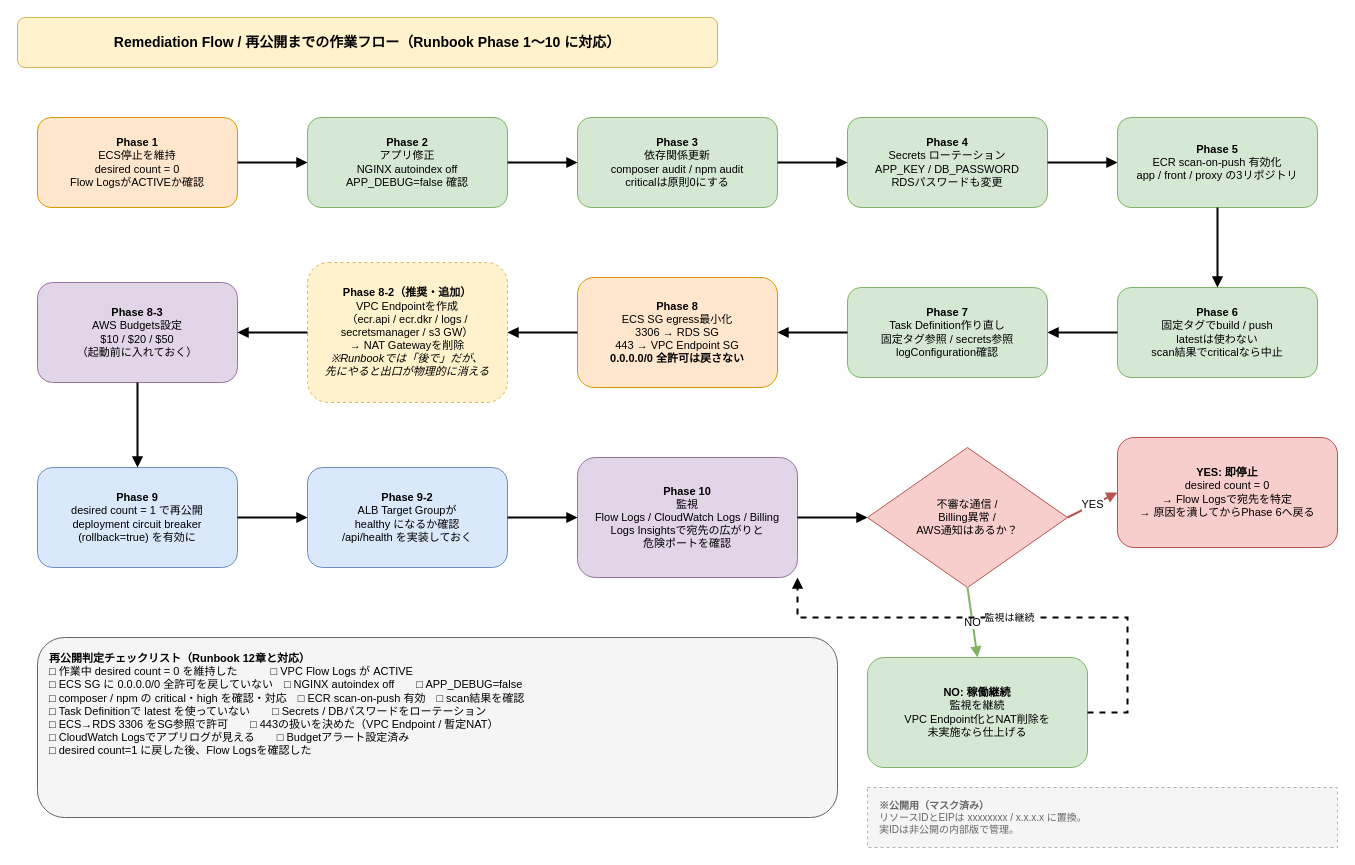
Before: page "4 再公開作業フロー" (4 of 4) of doc/meetup-link-aws-diagrams.drawio in kai-phoenix/meetup_link, a draw.io diagram. Source tidied: cells renumbered, new cells numbered last; positions are measured from the earlier drawing's top-left corner, leaving out a move shared by most shapes. Both pictures are drawn from the tidied source at 100%, with x=0, y=0 at pixel (17, 17).
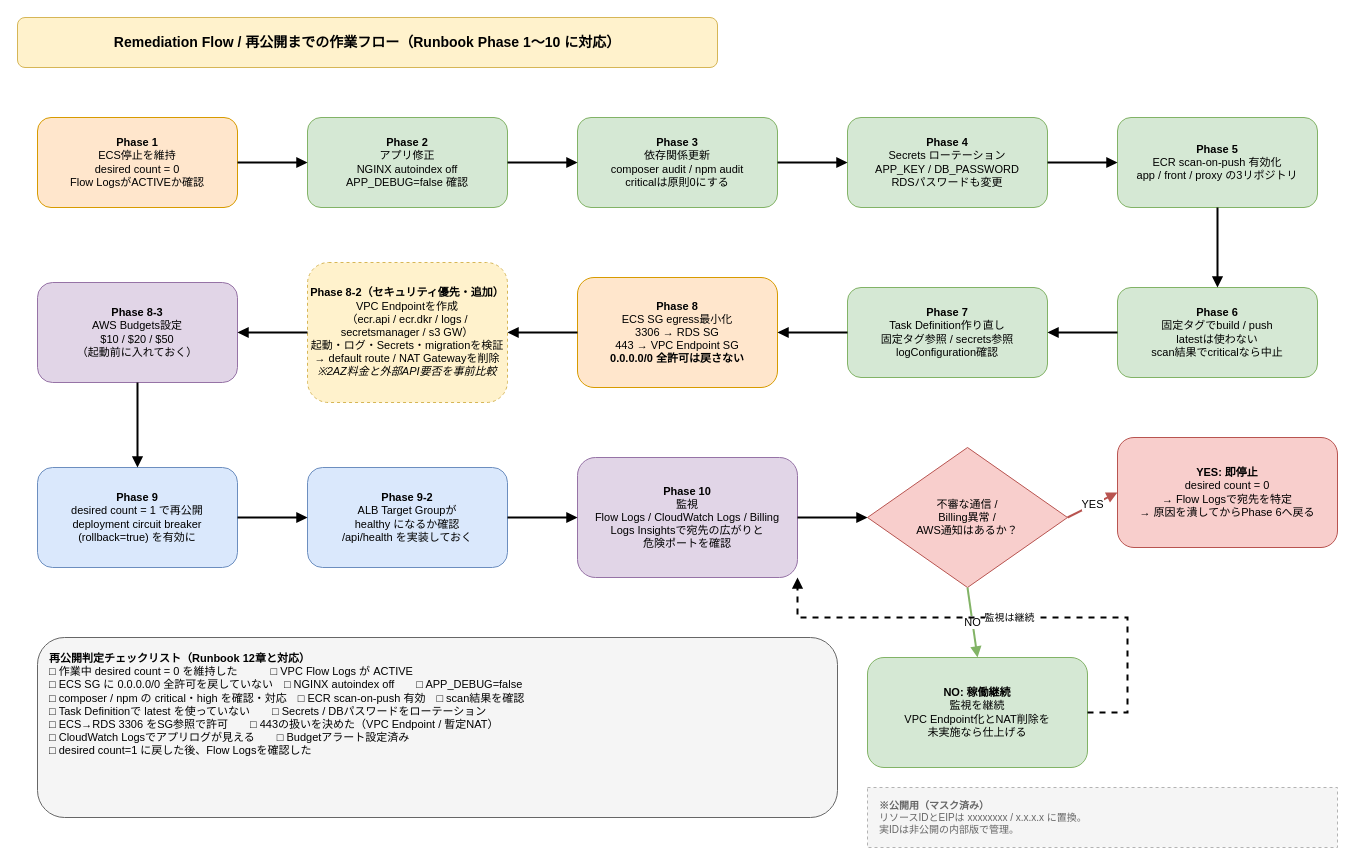
Above is the later version.

What changed in the source:
```diff
@@
-    <mxCell id="11" value="&lt;b&gt;Phase 8-2（推奨・追加）&lt;/b&gt;&lt;br&gt;VPC Endpointを作成&lt;br&gt;（ecr.api / ecr.dkr / logs /&lt;br&gt;secretsmanager / s3 GW）&lt;br&gt;→ NAT Gatewayを削除&lt;br&gt;&lt;i&gt;※Runbookでは「後で」だが、&lt;br&gt;先にやると出口が物理的に消える&lt;/i&gt;" style="rounded=1;whiteSpace=wrap;html=1;fillColor=#FFF2CC;strokeColor=#D6B656;fontSize=11;dashed=1;" parent="1" vertex="1">
+    <mxCell id="11" value="&lt;b&gt;Phase 8-2（セキュリティ優先・追加）&lt;/b&gt;&lt;br&gt;VPC Endpointを作成&lt;br&gt;（ecr.api / ecr.dkr / logs /&lt;br&gt;secretsmanager / s3 GW）&lt;br&gt;起動・ログ・Secrets・migrationを検証&lt;br&gt;→ default route / NAT Gatewayを削除&lt;br&gt;&lt;i&gt;※2AZ料金と外部API要否を事前比較&lt;/i&gt;" style="rounded=1;whiteSpace=wrap;html=1;fillColor=#FFF2CC;strokeColor=#D6B656;fontSize=11;dashed=1;" parent="1" vertex="1">
       <mxGeometry x="290" y="245" width="200" height="140" as="geometry" />
     </mxCell>
```
